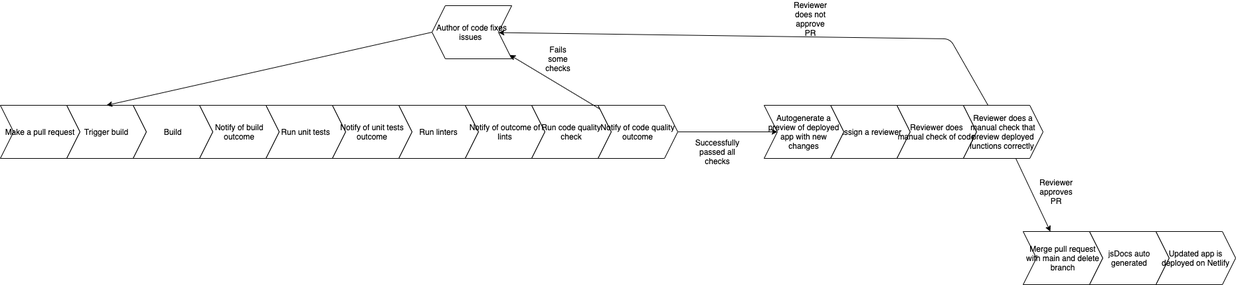
Earlier version of the draw.io export admin/cipipeline/phase1.drawio.png (cse110-fa21-group22/cse110-fa21-group22). Source tidied: cells renumbered, new cells last; positions are measured from the earlier drawing's top-left corner, leaving out a move shared by most shapes.
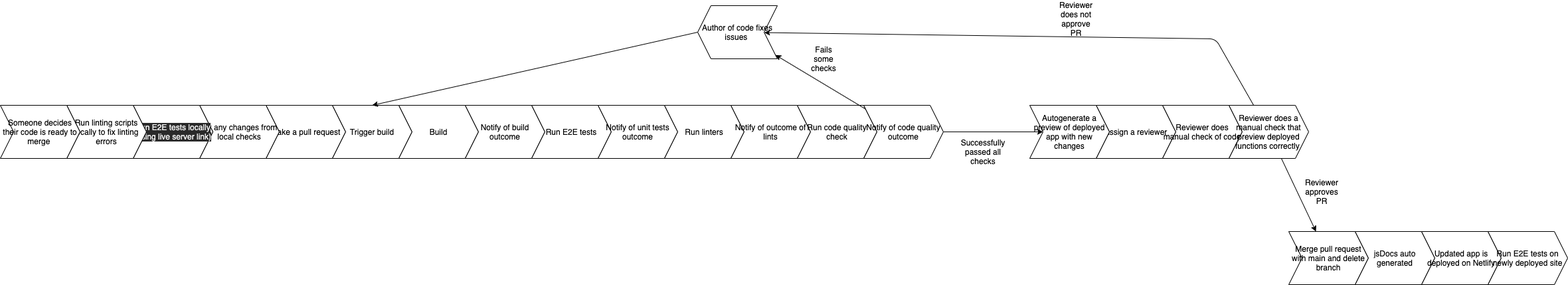
After the commit.

Change to the diagram source:
```diff
@@ -14,7 +14,7 @@
     <mxCell id="5" value="Notify of build outcome" style="shape=step;perimeter=stepPerimeter;whiteSpace=wrap;html=1;fixedSize=1;" parent="1" vertex="1">
       <mxGeometry x="300" y="150" width="120" height="80" as="geometry" />
     </mxCell>
-    <mxCell id="6" value="Run unit tests" style="shape=step;perimeter=stepPerimeter;whiteSpace=wrap;html=1;fixedSize=1;" parent="1" vertex="1">
+    <mxCell id="6" value="Run E2E tests" style="shape=step;perimeter=stepPerimeter;whiteSpace=wrap;html=1;fixedSize=1;" parent="1" vertex="1">
       <mxGeometry x="400" y="150" width="120" height="80" as="geometry" />
     </mxCell>
     <mxCell id="7" value="Notify of unit tests outcome" style="shape=step;perimeter=stepPerimeter;whiteSpace=wrap;html=1;fixedSize=1;" parent="1" vertex="1">
@@ -87,5 +87,20 @@
     <mxCell id="28" value="Updated app is deployed on Netlify" style="shape=step;perimeter=stepPerimeter;whiteSpace=wrap;html=1;fixedSize=1;" parent="1" vertex="1">
       <mxGeometry x="1740" y="340" width="120" height="80" as="geometry" />
     </mxCell>
+    <mxCell id="29" value="Fix any changes from local checks" style="shape=step;perimeter=stepPerimeter;whiteSpace=wrap;html=1;fixedSize=1;" parent="1" vertex="1">
+      <mxGeometry x="-100" y="150" width="120" height="80" as="geometry" />
+    </mxCell>
+    <mxCell id="30" value="&lt;meta charset=&quot;utf-8&quot;&gt;&lt;span style=&quot;color: rgb(240, 240, 240); font-family: helvetica; font-size: 12px; font-style: normal; font-weight: 400; letter-spacing: normal; text-align: center; text-indent: 0px; text-transform: none; word-spacing: 0px; background-color: rgb(42, 42, 42); display: inline; float: none;&quot;&gt;Run E2E tests locally (using live server link)&lt;/span&gt;" style="shape=step;perimeter=stepPerimeter;whiteSpace=wrap;html=1;fixedSize=1;" parent="1" vertex="1">
+      <mxGeometry x="-200" y="150" width="120" height="80" as="geometry" />
+    </mxCell>
+    <mxCell id="31" value="Run linting scripts locally to fix linting errors" style="shape=step;perimeter=stepPerimeter;whiteSpace=wrap;html=1;fixedSize=1;" parent="1" vertex="1">
+      <mxGeometry x="-300" y="150" width="120" height="80" as="geometry" />
+    </mxCell>
+    <mxCell id="32" value="Someone decides their code is ready to merge&amp;nbsp;" style="shape=step;perimeter=stepPerimeter;whiteSpace=wrap;html=1;fixedSize=1;" parent="1" vertex="1">
+      <mxGeometry x="-400" y="150" width="120" height="80" as="geometry" />
+    </mxCell>
+    <mxCell id="33" value="Run E2E tests on newly deployed site" style="shape=step;perimeter=stepPerimeter;whiteSpace=wrap;html=1;fixedSize=1;" parent="1" vertex="1">
+      <mxGeometry x="1840" y="340" width="120" height="80" as="geometry" />
+    </mxCell>
   </root>
 </mxGraphModel>
```
